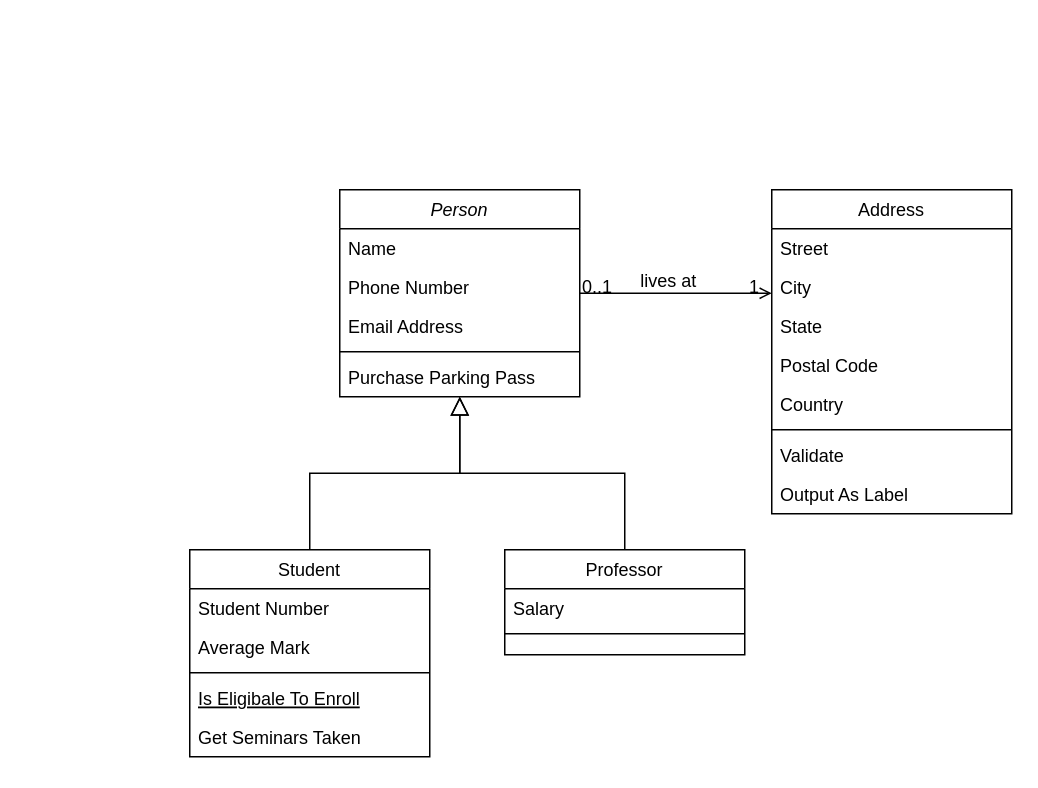
Ryu0408/test-1 keeps this draw.io diagram as Untitled Diagram.drawio. Above is the earlier version. Source tidied: cells renumbered, new cells numbered last; positions are measured from the earlier drawing's top-left corner, leaving out a move shared by most shapes. Both pictures are drawn from the tidied source at 150%, with x=0, y=0 at pixel (189, 189).
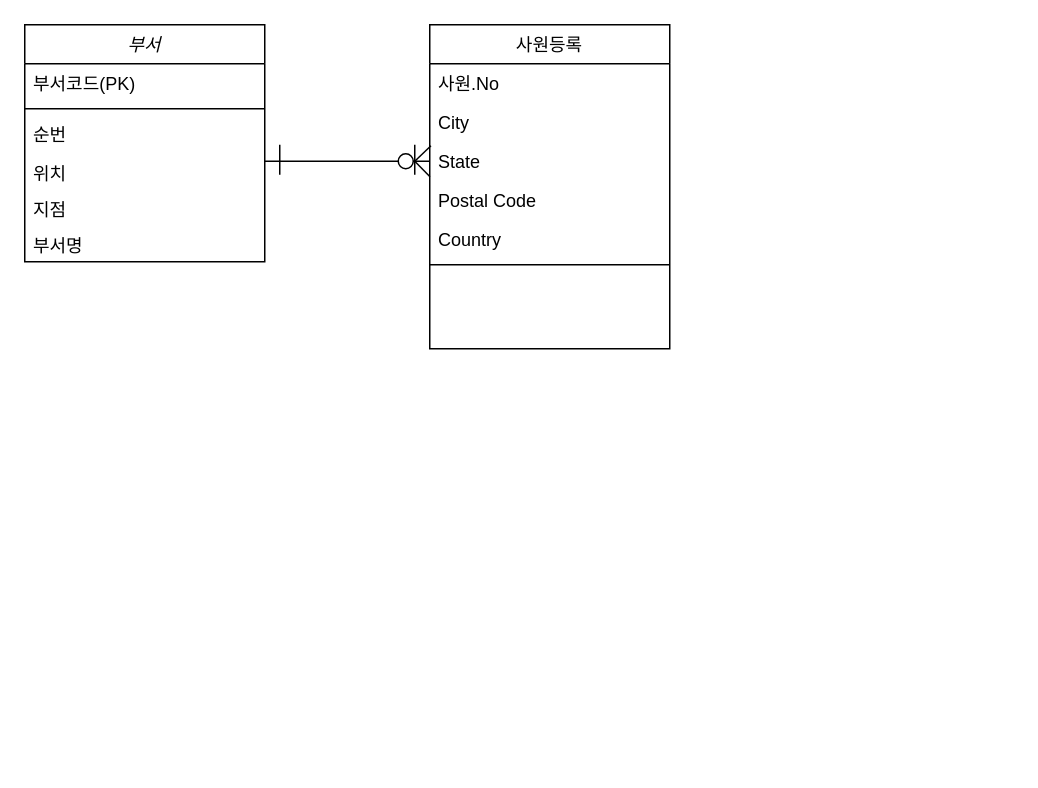
Above is the later version.

The change refers to these unchanged cells:
```xml
<mxCell id="22" value="State" style="text;align=left;verticalAlign=top;spacingLeft=4;spacingRight=4;overflow=hidden;points=[[0,0.5],[1,0.5]];portConstraint=eastwest;rounded=0;shadow=0;html=0;" parent="19" vertex="1">
  <mxGeometry y="78" width="160" height="26" as="geometry" />
</mxCell>
<mxCell id="23" value="Postal Code" style="text;align=left;verticalAlign=top;spacingLeft=4;spacingRight=4;overflow=hidden;points=[[0,0.5],[1,0.5]];portConstraint=eastwest;rounded=0;shadow=0;html=0;" parent="19" vertex="1">
  <mxGeometry y="104" width="160" height="26" as="geometry" />
</mxCell>
```

What changed in the source:
```diff
@@
-    <mxCell id="2" value="Person" style="swimlane;fontStyle=2;align=center;verticalAlign=top;horizontal=1;startSize=26;rounded=0;shadow=0;strokeWidth=1;" parent="1" vertex="1">
-      <mxGeometry x="100" width="160" height="138" as="geometry" />
+    <mxCell id="2" value="부서" style="swimlane;fontStyle=2;align=center;verticalAlign=top;horizontal=1;startSize=26;rounded=0;shadow=0;strokeWidth=1;" parent="1" vertex="1">
+      <mxGeometry x="-110" y="-110" width="160" height="158" as="geometry" />
     </mxCell>
-    <mxCell id="3" value="Name" style="text;align=left;verticalAlign=top;spacingLeft=4;spacingRight=4;overflow=hidden;" parent="2" vertex="1">
+    <mxCell id="3" value="부서코드(PK)" style="text;align=left;verticalAlign=top;spacingLeft=4;spacingRight=4;overflow=hidden;" parent="2" vertex="1">
       <mxGeometry y="26" width="160" height="26" as="geometry" />
     </mxCell>
+    <mxCell id="17" style="line;html=1;strokeWidth=1;align=left;verticalAlign=middle;spacingTop=-1;spacingLeft=3;spacingRight=3;labelPosition=right;" parent="2" vertex="1">
+      <mxGeometry y="52" width="160" height="8" as="geometry" />
+    </mxCell>
-    <mxCell id="4" value="Phone Number" style="text;align=left;verticalAlign=top;spacingLeft=4;spacingRight=4;overflow=hidden;rounded=0;shadow=0;html=0;" parent="2" vertex="1">
-      <mxGeometry y="52" width="160" height="26" as="geometry" />
+    <mxCell id="4" value="순번" style="text;align=left;verticalAlign=top;spacingLeft=4;spacingRight=4;overflow=hidden;rounded=0;shadow=0;html=0;" parent="2" vertex="1">
+      <mxGeometry y="60" width="160" height="26" as="geometry" />
     </mxCell>
-    <mxCell id="5" value="Email Address" style="text;align=left;verticalAlign=top;spacingLeft=4;spacingRight=4;overflow=hidden;rounded=0;shadow=0;html=0;" parent="2" vertex="1">
-      <mxGeometry y="78" width="160" height="26" as="geometry" />
+    <mxCell id="5" value="위치&#10;" style="text;align=left;verticalAlign=top;spacingLeft=4;spacingRight=4;overflow=hidden;rounded=0;shadow=0;html=0;" parent="2" vertex="1">
+      <mxGeometry y="86" width="160" height="24" as="geometry" />
     </mxCell>
-    <mxCell id="6" style="line;html=1;strokeWidth=1;align=left;verticalAlign=middle;spacingTop=-1;spacingLeft=3;spacingRight=3;labelPosition=right;" parent="2" vertex="1">
-      <mxGeometry y="104" width="160" height="8" as="geometry" />
-    </mxCell>
-    <mxCell id="7" value="Purchase Parking Pass" style="text;align=left;verticalAlign=top;spacingLeft=4;spacingRight=4;overflow=hidden;" parent="2" vertex="1">
-      <mxGeometry y="112" width="160" height="26" as="geometry" />
-    </mxCell>
-    <mxCell id="8" value="Student" style="swimlane;fontStyle=0;align=center;verticalAlign=top;horizontal=1;startSize=26;rounded=0;shadow=0;strokeWidth=1;" parent="1" vertex="1">
-      <mxGeometry y="240" width="160" height="138" as="geometry" />
-    </mxCell>
-    <mxCell id="9" value="Student Number" style="text;align=left;verticalAlign=top;spacingLeft=4;spacingRight=4;overflow=hidden;" parent="8" vertex="1">
-      <mxGeometry y="26" width="160" height="26" as="geometry" />
-    </mxCell>
-    <mxCell id="10" value="Average Mark" style="text;align=left;verticalAlign=top;spacingLeft=4;spacingRight=4;overflow=hidden;rounded=0;shadow=0;html=0;" parent="8" vertex="1">
-      <mxGeometry y="52" width="160" height="26" as="geometry" />
-    </mxCell>
-    <mxCell id="11" style="line;html=1;strokeWidth=1;align=left;verticalAlign=middle;spacingTop=-1;spacingLeft=3;spacingRight=3;labelPosition=right;" parent="8" vertex="1">
-      <mxGeometry y="78" width="160" height="8" as="geometry" />
-    </mxCell>
-    <mxCell id="12" value="Is Eligibale To Enroll" style="text;align=left;verticalAlign=top;spacingLeft=4;spacingRight=4;overflow=hidden;fontStyle=4;" parent="8" vertex="1">
-      <mxGeometry y="86" width="160" height="26" as="geometry" />
-    </mxCell>
-    <mxCell id="13" value="Get Seminars Taken" style="text;align=left;verticalAlign=top;spacingLeft=4;spacingRight=4;overflow=hidden;" parent="8" vertex="1">
-      <mxGeometry y="112" width="160" height="26" as="geometry" />
-    </mxCell>
-    <mxCell id="14" style="endArrow=block;endSize=10;endFill=0;shadow=0;strokeWidth=1;rounded=0;edgeStyle=elbowEdgeStyle;elbow=vertical;" parent="1" edge="1" source="8" target="2">
-      <mxGeometry relative="1" as="geometry" />
-    </mxCell>
-    <mxCell id="15" value="Professor" style="swimlane;fontStyle=0;align=center;verticalAlign=top;horizontal=1;startSize=26;rounded=0;shadow=0;strokeWidth=1;" parent="1" vertex="1">
-      <mxGeometry x="210" y="240" width="160" height="70" as="geometry" />
-    </mxCell>
-    <mxCell id="16" value="Salary" style="text;align=left;verticalAlign=top;spacingLeft=4;spacingRight=4;overflow=hidden;" parent="15" vertex="1">
-      <mxGeometry y="26" width="160" height="26" as="geometry" />
-    </mxCell>
-    <mxCell id="17" style="line;html=1;strokeWidth=1;align=left;verticalAlign=middle;spacingTop=-1;spacingLeft=3;spacingRight=3;labelPosition=right;" parent="15" vertex="1">
-      <mxGeometry y="52" width="160" height="8" as="geometry" />
-    </mxCell>
-    <mxCell id="18" style="endArrow=block;endSize=10;endFill=0;shadow=0;strokeWidth=1;rounded=0;edgeStyle=elbowEdgeStyle;elbow=vertical;" parent="1" edge="1" source="15" target="2">
-      <mxGeometry relative="1" as="geometry" />
-    </mxCell>
+    <mxCell id="32" value="지점" style="text;align=left;verticalAlign=top;spacingLeft=4;spacingRight=4;overflow=hidden;rounded=0;shadow=0;html=0;" parent="2" vertex="1">
+      <mxGeometry y="110" width="160" height="24" as="geometry" />
+    </mxCell>
+    <mxCell id="33" value="부서명" style="text;align=left;verticalAlign=top;spacingLeft=4;spacingRight=4;overflow=hidden;rounded=0;shadow=0;html=0;" parent="2" vertex="1">
+      <mxGeometry y="134" width="160" height="24" as="geometry" />
+    </mxCell>
-    <mxCell id="19" value="Address" style="swimlane;fontStyle=0;align=center;verticalAlign=top;horizontal=1;startSize=26;rounded=0;shadow=0;strokeWidth=1;" parent="1" vertex="1">
-      <mxGeometry x="388" width="160" height="216" as="geometry" />
+    <mxCell id="19" value="사원등록" style="swimlane;fontStyle=0;align=center;verticalAlign=top;horizontal=1;startSize=26;rounded=0;shadow=0;strokeWidth=1;" parent="1" vertex="1">
+      <mxGeometry x="160" y="-110" width="160" height="216" as="geometry" />
     </mxCell>
-    <mxCell id="20" value="Street" style="text;align=left;verticalAlign=top;spacingLeft=4;spacingRight=4;overflow=hidden;" parent="19" vertex="1">
+    <mxCell id="20" value="사원.No" style="text;align=left;verticalAlign=top;spacingLeft=4;spacingRight=4;overflow=hidden;" parent="19" vertex="1">
       <mxGeometry y="26" width="160" height="26" as="geometry" />
     </mxCell>
@@
-    <mxCell id="26" value="Validate" style="text;align=left;verticalAlign=top;spacingLeft=4;spacingRight=4;overflow=hidden;" parent="19" vertex="1">
-      <mxGeometry y="164" width="160" height="26" as="geometry" />
-    </mxCell>
-    <mxCell id="27" value="Output As Label" style="text;align=left;verticalAlign=top;spacingLeft=4;spacingRight=4;overflow=hidden;" parent="19" vertex="1">
-      <mxGeometry y="190" width="160" height="26" as="geometry" />
-    </mxCell>
-    <mxCell id="28" style="endArrow=open;shadow=0;strokeWidth=1;rounded=0;endFill=1;edgeStyle=elbowEdgeStyle;elbow=vertical;" parent="1" edge="1" source="2" target="19">
-      <mxGeometry x="0.5" y="41" relative="1" as="geometry">
-        <mxPoint x="-40" y="32" as="offset" />
-      </mxGeometry>
-    </mxCell>
-    <mxCell id="29" value="0..1" style="align=left;verticalAlign=bottom;labelBackgroundColor=none;fontSize=12;" parent="28" vertex="1">
-      <mxGeometry x="-1" relative="1" as="geometry">
-        <mxPoint y="4" as="offset" />
-      </mxGeometry>
-    </mxCell>
-    <mxCell id="30" value="1" style="align=right;verticalAlign=bottom;labelBackgroundColor=none;fontSize=12;" parent="28" vertex="1">
-      <mxGeometry x="1" relative="1" as="geometry">
-        <mxPoint x="-7" y="4" as="offset" />
-      </mxGeometry>
-    </mxCell>
-    <mxCell id="31" value="lives at" style="text;html=1;align=center;verticalAlign=middle;labelBackgroundColor=none;rounded=0;shadow=0;strokeWidth=1;fontSize=12;" parent="28" vertex="1">
-      <mxGeometry x="0.5" y="49" relative="1" as="geometry">
-        <mxPoint x="-38" y="40" as="offset" />
-      </mxGeometry>
-    </mxCell>
+    <mxCell id="34" style="endArrow=none;html=1;" parent="1" edge="1">
+      <mxGeometry relative="1" as="geometry">
+        <mxPoint x="60" y="-10" as="sourcePoint" />
+        <mxPoint x="60" y="-30" as="targetPoint" />
+      </mxGeometry>
+    </mxCell>
+    <mxCell id="35" style="endArrow=none;html=1;entryX=0;entryY=0.5;entryDx=0;entryDy=0;" parent="1" edge="1" target="42">
+      <mxGeometry relative="1" as="geometry">
+        <mxPoint x="50" y="-19" as="sourcePoint" />
+      </mxGeometry>
+    </mxCell>
+    <mxCell id="36" style="group;" parent="1" vertex="1">
+      <mxGeometry x="140" y="-30" width="10" height="20" as="geometry" />
+    </mxCell>
+    <mxCell id="37" style="group;" parent="36" vertex="1">
+      <mxGeometry width="10" height="20" as="geometry" />
+    </mxCell>
+    <mxCell id="38" style="group;" parent="37" vertex="1">
+      <mxGeometry width="10" height="20" as="geometry" />
+    </mxCell>
+    <mxCell id="39" style="endArrow=none;html=1;" parent="38" edge="1">
+      <mxGeometry relative="1" as="geometry">
+        <mxPoint x="10" y="20" as="sourcePoint" />
+        <mxPoint x="10" as="targetPoint" />
+      </mxGeometry>
+    </mxCell>
+    <mxCell id="40" style="endArrow=none;html=1;entryX=0.005;entryY=0.101;entryDx=0;entryDy=0;entryPerimeter=0;" parent="38" edge="1" target="22">
+      <mxGeometry relative="1" as="geometry">
+        <mxPoint x="10" y="11" as="sourcePoint" />
+      </mxGeometry>
+    </mxCell>
+    <mxCell id="41" style="endArrow=none;html=1;entryX=0.001;entryY=-0.103;entryDx=0;entryDy=0;entryPerimeter=0;" parent="38" edge="1" target="23">
+      <mxGeometry relative="1" as="geometry">
+        <mxPoint x="10" y="11" as="sourcePoint" />
+      </mxGeometry>
+    </mxCell>
+    <mxCell id="42" style="ellipse;whiteSpace=wrap;html=1;" parent="38" vertex="1">
+      <mxGeometry x="-1" y="6" width="10" height="10" as="geometry" />
+    </mxCell>
+    <mxCell id="43" style="endArrow=none;html=1;exitX=1;exitY=0.5;exitDx=0;exitDy=0;entryX=0;entryY=0.5;entryDx=0;entryDy=0;" parent="1" edge="1" source="42" target="22">
+      <mxGeometry relative="1" as="geometry" />
+    </mxCell>
```
